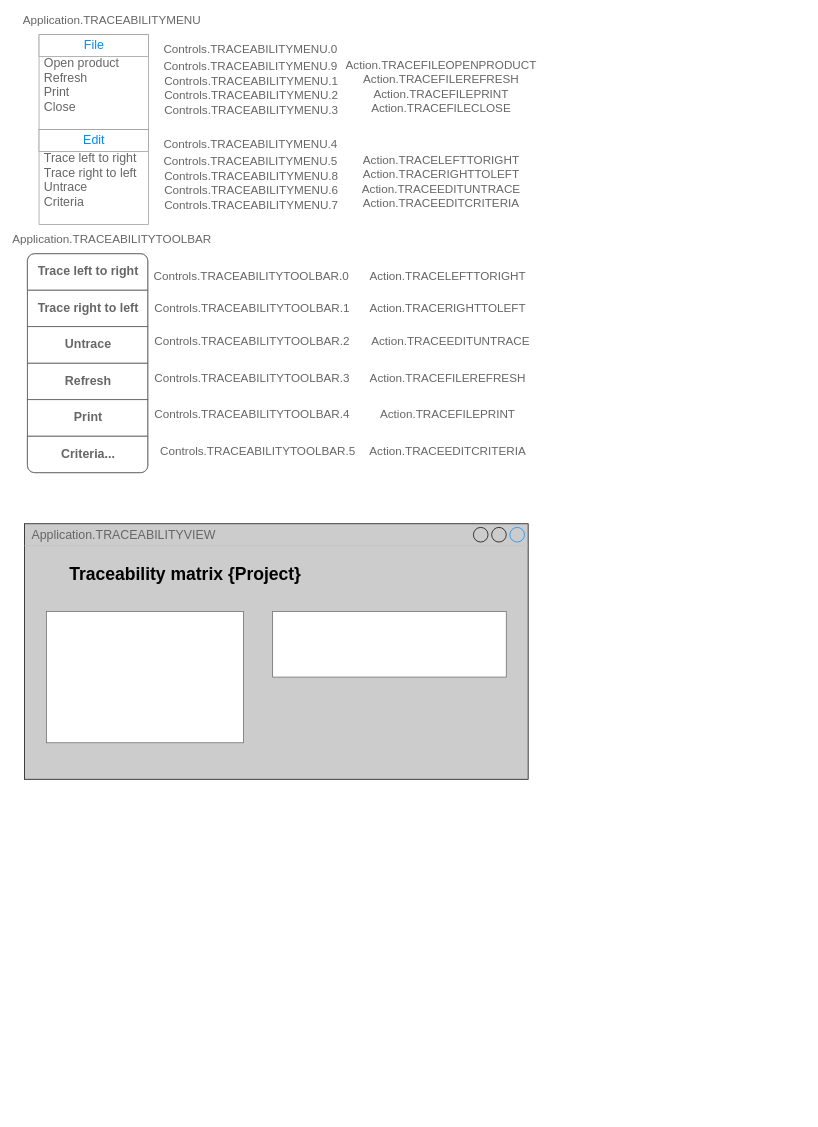
Before: page "View.Traceability" (11 of 11) of hnc.drawio in haclong/drawings, a draw.io diagram. Source tidied: cells renumbered, new cells numbered last; positions are measured from the earlier drawing's top-left corner, leaving out a move shared by most shapes. Both pictures are drawn from the tidied source at 73%, with x=0, y=0 at pixel (24, 12).
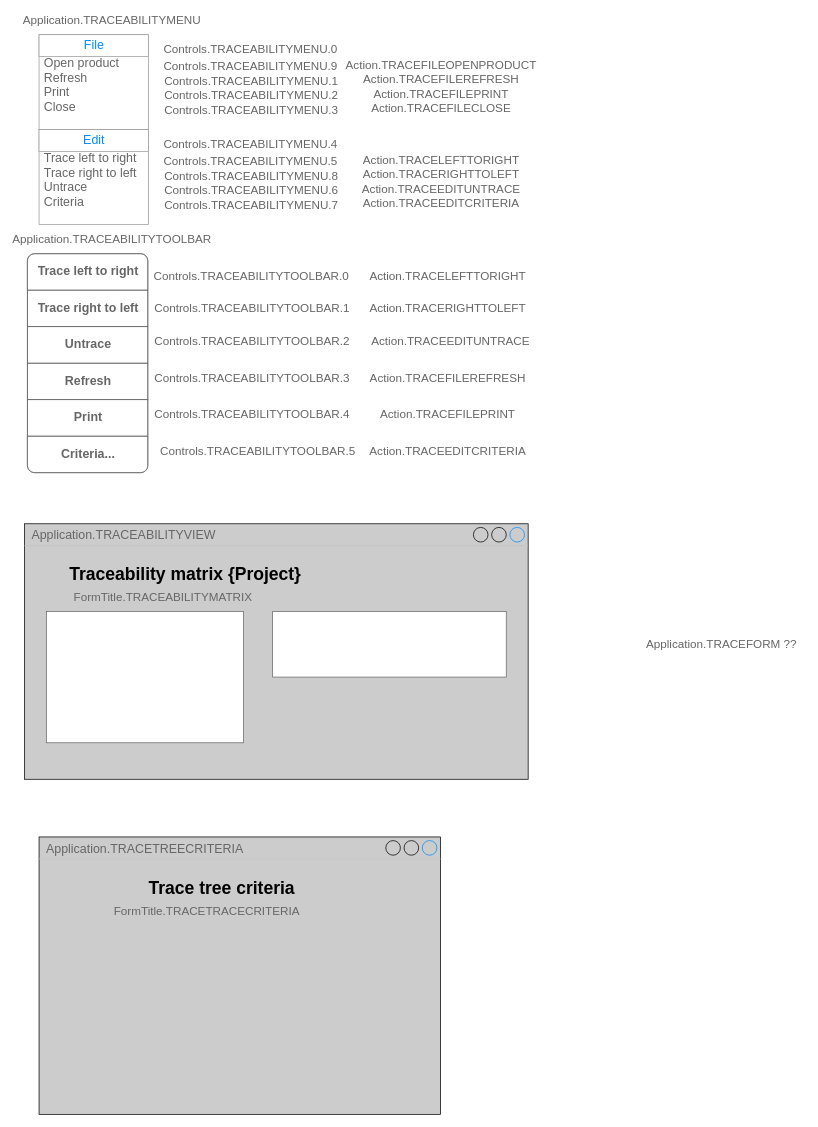
After the change.

Change to the diagram source:
```diff
@@
+    <mxCell id="57" value="FormTitle.TRACEABILITYMATRIX" style="text;html=1;strokeColor=none;fillColor=none;align=center;verticalAlign=middle;whiteSpace=wrap;rounded=0;fontSize=16;fontColor=#666666;" parent="1" vertex="1">
+      <mxGeometry x="170" y="790" width="40" height="20" as="geometry" />
+    </mxCell>
+    <mxCell id="58" value="Application.TRACETREECRITERIA" style="strokeWidth=1;shadow=0;dashed=0;align=center;html=1;shape=mxgraph.mockup.containers.window;align=left;verticalAlign=top;spacingLeft=8;strokeColor2=#008cff;strokeColor3=#c4c4c4;fontColor=#666666;mainText=;fontSize=17;labelBackgroundColor=none;fillColor=#CCCCCC;" parent="1" vertex="1">
+      <mxGeometry x="20" y="1129" width="550" height="380" as="geometry" />
+    </mxCell>
+    <mxCell id="59" value="Trace tree criteria" style="text;strokeColor=none;fillColor=none;html=1;fontSize=24;fontStyle=1;verticalAlign=middle;align=center;shadow=0;" parent="1" vertex="1">
+      <mxGeometry x="220" y="1180" width="100" height="40" as="geometry" />
+    </mxCell>
+    <mxCell id="60" value="FormTitle.TRACETRACECRITERIA" style="text;html=1;strokeColor=none;fillColor=none;align=center;verticalAlign=middle;whiteSpace=wrap;rounded=0;fontSize=16;fontColor=#666666;" parent="1" vertex="1">
+      <mxGeometry x="230" y="1220" width="40" height="20" as="geometry" />
+    </mxCell>
+    <mxCell id="61" value="Application.TRACEFORM ??" style="text;html=1;strokeColor=none;fillColor=none;align=center;verticalAlign=middle;whiteSpace=wrap;rounded=0;fontSize=16;fontColor=#666666;" parent="1" vertex="1">
+      <mxGeometry x="840" y="855" width="230" height="20" as="geometry" />
+    </mxCell>
```
